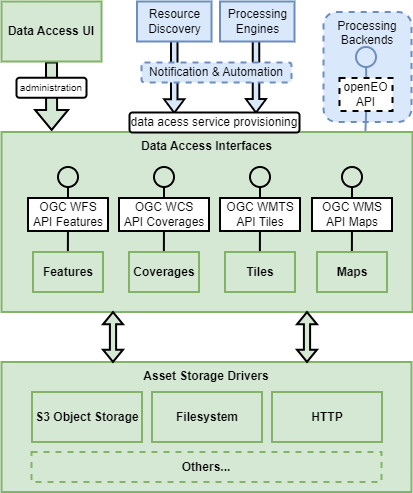
EOEPCA/system-architecture keeps this draw.io diagram as docs/reference-architecture/diagrams/data-access.drawio.png. Above is the earlier version. Source tidied: cells renumbered, new cells last; positions are measured from the earlier drawing's top-left corner, leaving out a move shared by most shapes. The source it was exported from:
```xml
<mxGraphModel>
  <root>
    <mxCell id="0" />
    <mxCell id="1" parent="0" />
    <mxCell id="2" style="shape=flexArrow;endArrow=classic;html=1;rounded=0;exitX=0.5;exitY=1;exitDx=0;exitDy=0;fillColor=#d5e8d4;strokeColor=#000000;strokeWidth=2;entryX=0.122;entryY=-0.006;entryDx=0;entryDy=0;entryPerimeter=0;" parent="1" edge="1" source="30" target="3">
      <mxGeometry relative="1" as="geometry" />
    </mxCell>
    <mxCell id="3" value="&lt;b&gt;Data Access Interfaces&lt;/b&gt;" style="rounded=0;whiteSpace=wrap;html=1;arcSize=4;verticalAlign=top;strokeWidth=2;fillColor=#d5e8d4;strokeColor=#82b366;" parent="1" vertex="1">
      <mxGeometry y="130.5" width="411" height="180" as="geometry" />
    </mxCell>
    <mxCell id="4" style="html=1;shadow=0;dashed=0;align=center;verticalAlign=middle;shape=mxgraph.arrows2.arrow;dy=0.67;dx=13.43;direction=south;notch=0;strokeWidth=2;strokeColor=#000000;fillColor=#dae8fc;" parent="1" vertex="1">
      <mxGeometry x="244.5" y="21" width="20" height="90" as="geometry" />
    </mxCell>
    <mxCell id="5" style="html=1;shadow=0;dashed=0;align=center;verticalAlign=middle;shape=mxgraph.arrows2.arrow;dy=0.67;dx=13.43;direction=south;notch=0;strokeWidth=2;strokeColor=#000000;fillColor=#dae8fc;" parent="1" vertex="1">
      <mxGeometry x="162.8" y="30.8" width="20" height="80.5" as="geometry" />
    </mxCell>
    <mxCell id="6" style="edgeStyle=orthogonalEdgeStyle;rounded=0;jettySize=auto;html=1;entryX=0.019;entryY=0;entryDx=0;entryDy=0;entryPerimeter=0;endArrow=none;endFill=0;strokeWidth=2;strokeColor=#000000;" parent="1" edge="1" source="7">
      <mxGeometry relative="1" as="geometry">
        <mxPoint x="66.4" y="249.5" as="targetPoint" />
      </mxGeometry>
    </mxCell>
    <mxCell id="7" style="ellipse;whiteSpace=wrap;html=1;strokeWidth=2;fillColor=#d5e8d4;strokeColor=#000000;" parent="1" vertex="1">
      <mxGeometry x="56.5" y="165.5" width="20" height="20" as="geometry" />
    </mxCell>
    <mxCell id="8" value="OGC WFS&lt;br&gt;API Features" style="rounded=0;whiteSpace=wrap;html=1;strokeWidth=2;" parent="1" vertex="1">
      <mxGeometry x="26.5" y="196.5" width="80" height="33" as="geometry" />
    </mxCell>
    <mxCell id="9" style="edgeStyle=orthogonalEdgeStyle;rounded=0;jettySize=auto;html=1;entryX=0.019;entryY=0;entryDx=0;entryDy=0;entryPerimeter=0;endArrow=none;endFill=0;strokeWidth=2;strokeColor=#000000;" parent="1" edge="1" source="10">
      <mxGeometry relative="1" as="geometry">
        <mxPoint x="162.4" y="249.5" as="targetPoint" />
      </mxGeometry>
    </mxCell>
    <mxCell id="10" style="ellipse;whiteSpace=wrap;html=1;strokeWidth=2;fillColor=#d5e8d4;strokeColor=#000000;" parent="1" vertex="1">
      <mxGeometry x="152.5" y="165.5" width="20" height="20" as="geometry" />
    </mxCell>
    <mxCell id="11" value="OGC WCS&lt;br&gt;API Coverages" style="rounded=0;whiteSpace=wrap;html=1;strokeWidth=2;" parent="1" vertex="1">
      <mxGeometry x="117.5" y="196.5" width="90" height="33" as="geometry" />
    </mxCell>
    <mxCell id="12" style="edgeStyle=orthogonalEdgeStyle;rounded=0;jettySize=auto;html=1;entryX=0.019;entryY=0;entryDx=0;entryDy=0;entryPerimeter=0;endArrow=none;endFill=0;strokeWidth=2;strokeColor=#000000;" parent="1" edge="1" source="13">
      <mxGeometry relative="1" as="geometry">
        <mxPoint x="258.4" y="249.5" as="targetPoint" />
      </mxGeometry>
    </mxCell>
    <mxCell id="13" style="ellipse;whiteSpace=wrap;html=1;strokeWidth=2;fillColor=#d5e8d4;strokeColor=#000000;" parent="1" vertex="1">
      <mxGeometry x="248.5" y="165.5" width="20" height="20" as="geometry" />
    </mxCell>
    <mxCell id="14" style="edgeStyle=orthogonalEdgeStyle;rounded=0;jettySize=auto;html=1;entryX=0.019;entryY=0;entryDx=0;entryDy=0;entryPerimeter=0;endArrow=none;endFill=0;strokeWidth=2;strokeColor=#000000;" parent="1" edge="1" source="15">
      <mxGeometry relative="1" as="geometry">
        <mxPoint x="350.4" y="249.5" as="targetPoint" />
      </mxGeometry>
    </mxCell>
    <mxCell id="15" style="ellipse;whiteSpace=wrap;html=1;strokeWidth=2;fillColor=#d5e8d4;strokeColor=#000000;" parent="1" vertex="1">
      <mxGeometry x="340.5" y="165.5" width="20" height="20" as="geometry" />
    </mxCell>
    <mxCell id="16" value="Resource&lt;br&gt;Discovery" style="rounded=0;whiteSpace=wrap;html=1;strokeWidth=2;fillColor=#dae8fc;strokeColor=#6c8ebf;" parent="1" vertex="1">
      <mxGeometry x="135.5" width="74.5" height="40" as="geometry" />
    </mxCell>
    <mxCell id="17" value="Processing&lt;br&gt;Engines" style="rounded=0;whiteSpace=wrap;html=1;strokeWidth=2;fillColor=#dae8fc;strokeColor=#6c8ebf;" parent="1" vertex="1">
      <mxGeometry x="218.5" width="74.5" height="40" as="geometry" />
    </mxCell>
    <mxCell id="18" value="Notification &amp;amp; Automation" style="rounded=1;whiteSpace=wrap;html=1;dashed=1;strokeWidth=2;fillColor=#dae8fc;strokeColor=#6c8ebf;" parent="1" vertex="1">
      <mxGeometry x="140" y="61" width="150" height="20" as="geometry" />
    </mxCell>
    <mxCell id="19" value="data acess service provisioning" style="rounded=1;whiteSpace=wrap;html=1;strokeWidth=2;" parent="1" vertex="1">
      <mxGeometry x="128" y="111" width="170" height="20" as="geometry" />
    </mxCell>
    <mxCell id="20" value="&lt;span style=&quot;&quot;&gt;Processing Backends&lt;/span&gt;" style="rounded=1;whiteSpace=wrap;html=1;shadow=0;verticalAlign=top;dashed=1;strokeWidth=2;fillColor=#dae8fc;strokeColor=#6c8ebf;labelBackgroundColor=none;" parent="1" vertex="1">
      <mxGeometry x="322" y="10.5" width="88" height="110" as="geometry" />
    </mxCell>
    <mxCell id="21" style="ellipse;whiteSpace=wrap;html=1;strokeWidth=2;fillColor=#dae8fc;strokeColor=#6c8ebf;" parent="1" vertex="1">
      <mxGeometry x="354.5" y="45.5" width="20" height="20" as="geometry" />
    </mxCell>
    <mxCell id="22" value="OGC WMTS&lt;br&gt;API Tiles" style="rounded=0;whiteSpace=wrap;html=1;strokeWidth=2;" parent="1" vertex="1">
      <mxGeometry x="218.5" y="196.5" width="80" height="33" as="geometry" />
    </mxCell>
    <mxCell id="23" value="OGC WMS&lt;br&gt;API Maps" style="rounded=0;whiteSpace=wrap;html=1;strokeWidth=2;" parent="1" vertex="1">
      <mxGeometry x="310.5" y="196.5" width="80" height="33" as="geometry" />
    </mxCell>
    <mxCell id="24" style="edgeStyle=orthogonalEdgeStyle;rounded=0;orthogonalLoop=1;jettySize=auto;html=1;entryX=0.019;entryY=0;entryDx=0;entryDy=0;entryPerimeter=0;endArrow=none;endFill=0;strokeWidth=2;strokeColor=#6c8ebf;fillColor=#dae8fc;" parent="1" edge="1">
      <mxGeometry relative="1" as="geometry">
        <mxPoint x="364.6" y="65.5" as="sourcePoint" />
        <mxPoint x="363.9" y="129.5" as="targetPoint" />
      </mxGeometry>
    </mxCell>
    <mxCell id="25" value="openEO API" style="rounded=0;whiteSpace=wrap;html=1;dashed=1;strokeWidth=2;" parent="1" vertex="1">
      <mxGeometry x="338" y="76.5" width="53" height="33" as="geometry" />
    </mxCell>
    <mxCell id="26" value="Features" style="rounded=0;whiteSpace=wrap;html=1;fontStyle=1;strokeWidth=2;fillColor=#d5e8d4;strokeColor=#82b366;" parent="1" vertex="1">
      <mxGeometry x="31.5" y="250.5" width="70" height="40" as="geometry" />
    </mxCell>
    <mxCell id="27" value="Coverages" style="rounded=0;whiteSpace=wrap;html=1;fontStyle=1;strokeWidth=2;fillColor=#d5e8d4;strokeColor=#82b366;" parent="1" vertex="1">
      <mxGeometry x="127.5" y="250.5" width="70" height="40" as="geometry" />
    </mxCell>
    <mxCell id="28" value="Tiles" style="rounded=0;whiteSpace=wrap;html=1;fontStyle=1;strokeWidth=2;fillColor=#d5e8d4;strokeColor=#82b366;" parent="1" vertex="1">
      <mxGeometry x="223.5" y="250.5" width="70" height="40" as="geometry" />
    </mxCell>
    <mxCell id="29" value="Maps" style="rounded=0;whiteSpace=wrap;html=1;fontStyle=1;strokeWidth=2;fillColor=#d5e8d4;strokeColor=#82b366;" parent="1" vertex="1">
      <mxGeometry x="315.5" y="250.5" width="70" height="40" as="geometry" />
    </mxCell>
    <mxCell id="30" value="Data Access UI" style="rounded=0;whiteSpace=wrap;html=1;fillColor=#d5e8d4;strokeColor=#82b366;strokeWidth=2;fontStyle=1;" parent="1" vertex="1">
      <mxGeometry width="100" height="60" as="geometry" />
    </mxCell>
    <mxCell id="31" value="Asset Storage Drivers" style="rounded=0;whiteSpace=wrap;html=1;fillColor=#d5e8d4;strokeColor=#82b366;strokeWidth=2;fontStyle=1;verticalAlign=top;" parent="1" vertex="1">
      <mxGeometry y="360.5" width="410" height="130" as="geometry" />
    </mxCell>
    <mxCell id="32" value="S3 Object Storage" style="rounded=0;whiteSpace=wrap;html=1;fontStyle=1;strokeWidth=2;fillColor=#d5e8d4;strokeColor=#82b366;" parent="1" vertex="1">
      <mxGeometry x="30.5" y="390.5" width="110" height="50" as="geometry" />
    </mxCell>
    <mxCell id="33" value="Filesystem" style="rounded=0;whiteSpace=wrap;html=1;fontStyle=1;strokeWidth=2;fillColor=#d5e8d4;strokeColor=#82b366;" parent="1" vertex="1">
      <mxGeometry x="150.5" y="390.5" width="110" height="50" as="geometry" />
    </mxCell>
    <mxCell id="34" value="HTTP" style="rounded=0;whiteSpace=wrap;html=1;fontStyle=1;strokeWidth=2;fillColor=#d5e8d4;strokeColor=#82b366;" parent="1" vertex="1">
      <mxGeometry x="270.5" y="390.5" width="110" height="50" as="geometry" />
    </mxCell>
    <mxCell id="35" value="Others..." style="rounded=0;whiteSpace=wrap;html=1;fontStyle=1;strokeWidth=2;fillColor=#d5e8d4;strokeColor=#82b366;dashed=1;" parent="1" vertex="1">
      <mxGeometry x="30" y="450.5" width="350" height="30" as="geometry" />
    </mxCell>
    <mxCell id="36" style="html=1;shadow=0;dashed=0;align=center;verticalAlign=middle;shape=mxgraph.arrows2.twoWayArrow;dy=0.69;dx=12.29;direction=south;strokeWidth=2;strokeColor=#000000;fillColor=#d5e8d4;" parent="1" vertex="1">
      <mxGeometry x="101.5" y="310.5" width="20" height="50" as="geometry" />
    </mxCell>
    <mxCell id="37" style="html=1;shadow=0;dashed=0;align=center;verticalAlign=middle;shape=mxgraph.arrows2.twoWayArrow;dy=0.69;dx=12.29;direction=south;strokeWidth=2;strokeColor=#000000;fillColor=#d5e8d4;" parent="1" vertex="1">
      <mxGeometry x="295.5" y="310.5" width="20" height="50" as="geometry" />
    </mxCell>
    <mxCell id="38" value="administration" style="rounded=1;whiteSpace=wrap;html=1;strokeWidth=2;fontSize=10;" parent="1" vertex="1">
      <mxGeometry x="15" y="76.2" width="70" height="20" as="geometry" />
    </mxCell>
  </root>
</mxGraphModel>
```
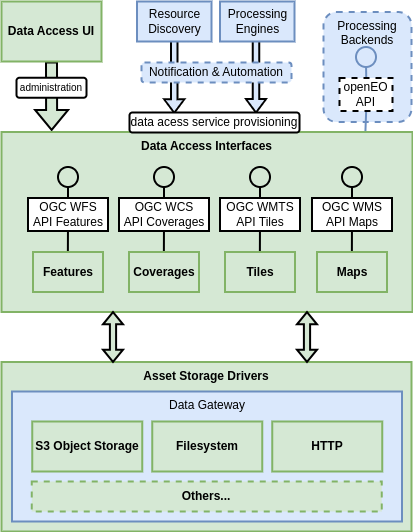
Above is the later version.

Commit message:
Add Data Gateway to data access design

Change to the diagram source:
```diff
@@ -2,6 +2,12 @@
   <root>
     <mxCell id="0" />
     <mxCell id="1" parent="0" />
+    <mxCell id="31" value="Asset Storage Drivers" style="rounded=0;whiteSpace=wrap;html=1;fillColor=#d5e8d4;strokeColor=#82b366;strokeWidth=2;fontStyle=1;verticalAlign=top;" parent="1" vertex="1">
+      <mxGeometry y="360.5" width="410" height="169.5" as="geometry" />
+    </mxCell>
+    <mxCell id="39" value="&lt;span style=&quot;font-weight: normal;&quot;&gt;Data Gateway&lt;/span&gt;" style="rounded=0;whiteSpace=wrap;html=1;fontStyle=1;strokeWidth=2;fillColor=#dae8fc;strokeColor=#6c8ebf;verticalAlign=top;" parent="1" vertex="1">
+      <mxGeometry x="10.5" y="390" width="390" height="130" as="geometry" />
+    </mxCell>
     <mxCell id="2" style="shape=flexArrow;endArrow=classic;html=1;rounded=0;exitX=0.5;exitY=1;exitDx=0;exitDy=0;fillColor=#d5e8d4;strokeColor=#000000;strokeWidth=2;entryX=0.122;entryY=-0.006;entryDx=0;entryDy=0;entryPerimeter=0;" parent="1" edge="1" source="30" target="3">
       <mxGeometry relative="1" as="geometry" />
     </mxCell>
@@ -100,20 +106,17 @@
     <mxCell id="30" value="Data Access UI" style="rounded=0;whiteSpace=wrap;html=1;fillColor=#d5e8d4;strokeColor=#82b366;strokeWidth=2;fontStyle=1;" parent="1" vertex="1">
       <mxGeometry width="100" height="60" as="geometry" />
     </mxCell>
-    <mxCell id="31" value="Asset Storage Drivers" style="rounded=0;whiteSpace=wrap;html=1;fillColor=#d5e8d4;strokeColor=#82b366;strokeWidth=2;fontStyle=1;verticalAlign=top;" parent="1" vertex="1">
-      <mxGeometry y="360.5" width="410" height="130" as="geometry" />
-    </mxCell>
     <mxCell id="32" value="S3 Object Storage" style="rounded=0;whiteSpace=wrap;html=1;fontStyle=1;strokeWidth=2;fillColor=#d5e8d4;strokeColor=#82b366;" parent="1" vertex="1">
-      <mxGeometry x="30.5" y="390.5" width="110" height="50" as="geometry" />
+      <mxGeometry x="30.8" y="420" width="110" height="50" as="geometry" />
     </mxCell>
     <mxCell id="33" value="Filesystem" style="rounded=0;whiteSpace=wrap;html=1;fontStyle=1;strokeWidth=2;fillColor=#d5e8d4;strokeColor=#82b366;" parent="1" vertex="1">
-      <mxGeometry x="150.5" y="390.5" width="110" height="50" as="geometry" />
+      <mxGeometry x="150.8" y="420" width="110" height="50" as="geometry" />
     </mxCell>
     <mxCell id="34" value="HTTP" style="rounded=0;whiteSpace=wrap;html=1;fontStyle=1;strokeWidth=2;fillColor=#d5e8d4;strokeColor=#82b366;" parent="1" vertex="1">
-      <mxGeometry x="270.5" y="390.5" width="110" height="50" as="geometry" />
+      <mxGeometry x="270.8" y="420" width="110" height="50" as="geometry" />
     </mxCell>
     <mxCell id="35" value="Others..." style="rounded=0;whiteSpace=wrap;html=1;fontStyle=1;strokeWidth=2;fillColor=#d5e8d4;strokeColor=#82b366;dashed=1;" parent="1" vertex="1">
-      <mxGeometry x="30" y="450.5" width="350" height="30" as="geometry" />
+      <mxGeometry x="30.2" y="480" width="350" height="30" as="geometry" />
     </mxCell>
     <mxCell id="36" style="html=1;shadow=0;dashed=0;align=center;verticalAlign=middle;shape=mxgraph.arrows2.twoWayArrow;dy=0.69;dx=12.29;direction=south;strokeWidth=2;strokeColor=#000000;fillColor=#d5e8d4;" parent="1" vertex="1">
       <mxGeometry x="101.5" y="310.5" width="20" height="50" as="geometry" />
```
